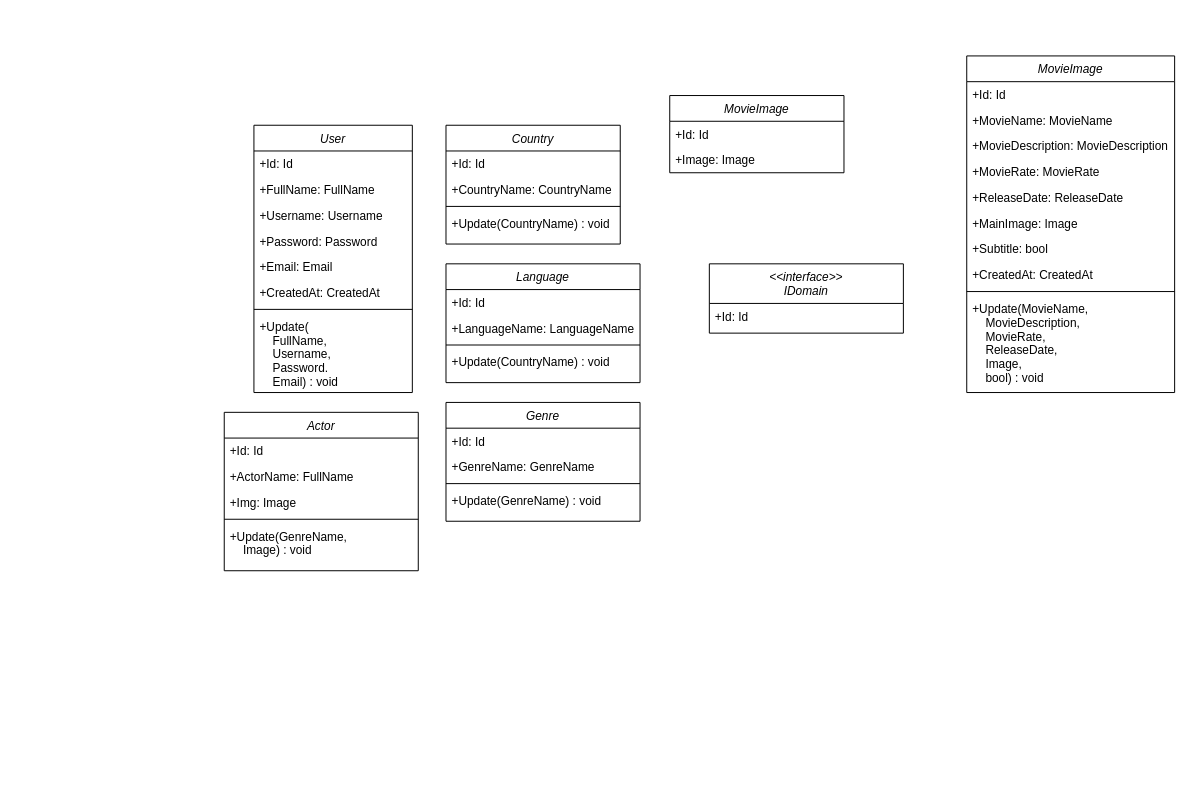
Earlier version of the draw.io diagram Diagrams/Domains.drawio (MahdiChoobin-81/CleanArchitecture_ASP). Source tidied: cells renumbered, new cells numbered last; positions are measured from the earlier drawing's top-left corner, leaving out a move shared by most shapes. Both pictures are drawn from the tidied source at 99%, with x=0, y=0 at pixel (224, 55).
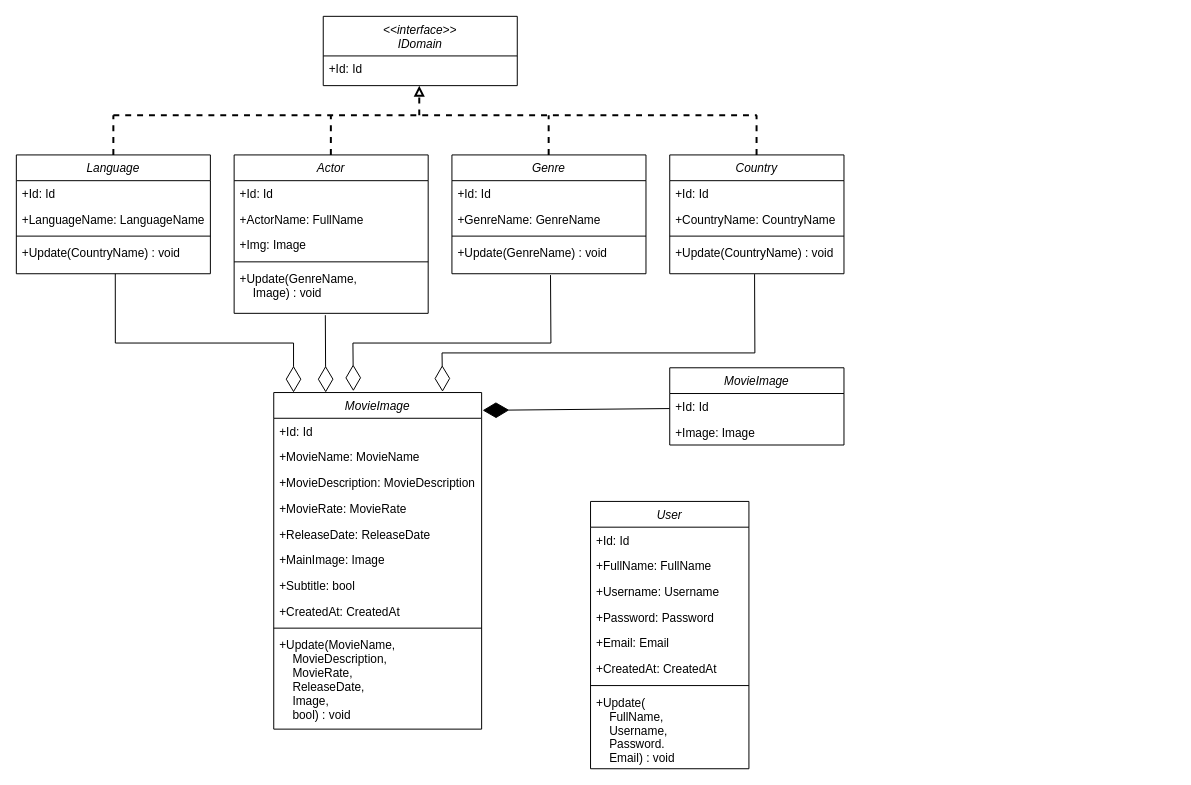
After the change.

The change refers to these unchanged cells:
```xml
<mxCell id="20" value="+Update(CountryName) : void" style="text;align=left;verticalAlign=top;spacingLeft=4;spacingRight=4;overflow=hidden;points=[[0,0.5],[1,0.5]];portConstraint=eastwest;" parent="16" vertex="1">
  <mxGeometry y="86" width="196" height="34" as="geometry" />
</mxCell>
<mxCell id="25" value="+Update(GenreName) : void" style="text;align=left;verticalAlign=top;spacingLeft=4;spacingRight=4;overflow=hidden;points=[[0,0.5],[1,0.5]];portConstraint=eastwest;" parent="21" vertex="1">
  <mxGeometry y="86" width="196" height="34" as="geometry" />
</mxCell>
<mxCell id="31" value="+Update(GenreName,&#10;    Image) : void" style="text;align=left;verticalAlign=top;spacingLeft=4;spacingRight=4;overflow=hidden;points=[[0,0.5],[1,0.5]];portConstraint=eastwest;" parent="26" vertex="1">
  <mxGeometry y="112" width="196" height="48" as="geometry" />
</mxCell>
<mxCell id="35" value="+Id: Id" style="text;align=left;verticalAlign=top;spacingLeft=4;spacingRight=4;overflow=hidden;points=[[0,0.5],[1,0.5]];portConstraint=eastwest;" parent="34" vertex="1">
  <mxGeometry y="26" width="176" height="26" as="geometry" />
</mxCell>
```

What changed in the source:
```diff
@@
     <mxCell id="2" value="User" style="swimlane;fontStyle=2;align=center;verticalAlign=top;horizontal=1;startSize=26;rounded=0;shadow=0;strokeWidth=1;" parent="1" vertex="1">
-      <mxGeometry x="30" y="70" width="160" height="270" as="geometry" />
+      <mxGeometry x="370" y="450" width="160" height="270" as="geometry" />
     </mxCell>
@@
     <mxCell id="11" value="Country" style="swimlane;fontStyle=2;align=center;verticalAlign=top;horizontal=1;startSize=26;rounded=0;shadow=0;strokeWidth=1;" parent="1" vertex="1">
-      <mxGeometry x="224" y="70" width="176" height="120" as="geometry" />
+      <mxGeometry x="450" y="100" width="176" height="120" as="geometry" />
     </mxCell>
@@
     <mxCell id="16" value="Language" style="swimlane;fontStyle=2;align=center;verticalAlign=top;horizontal=1;startSize=26;rounded=0;shadow=0;strokeWidth=1;" parent="1" vertex="1">
-      <mxGeometry x="224" y="210" width="196" height="120" as="geometry" />
+      <mxGeometry x="-210" y="100" width="196" height="120" as="geometry" />
     </mxCell>
@@
     <mxCell id="21" value="Genre" style="swimlane;fontStyle=2;align=center;verticalAlign=top;horizontal=1;startSize=26;rounded=0;shadow=0;strokeWidth=1;" parent="1" vertex="1">
-      <mxGeometry x="224" y="350" width="196" height="120" as="geometry" />
+      <mxGeometry x="230" y="100" width="196" height="120" as="geometry" />
     </mxCell>
@@
     <mxCell id="26" value="Actor" style="swimlane;fontStyle=2;align=center;verticalAlign=top;horizontal=1;startSize=26;rounded=0;shadow=0;strokeWidth=1;" parent="1" vertex="1">
-      <mxGeometry y="360" width="196" height="160" as="geometry" />
+      <mxGeometry x="10" y="100" width="196" height="160" as="geometry" />
     </mxCell>
@@
     <mxCell id="32" value="&lt;&lt;interface&gt;&gt;&#10;IDomain" style="swimlane;fontStyle=2;align=center;verticalAlign=top;horizontal=1;startSize=40;rounded=0;shadow=0;strokeWidth=1;" parent="1" vertex="1">
-      <mxGeometry x="490" y="210" width="196" height="70" as="geometry" />
+      <mxGeometry x="100" y="-40" width="196" height="70" as="geometry" />
     </mxCell>
@@
     <mxCell id="34" value="MovieImage" style="swimlane;fontStyle=2;align=center;verticalAlign=top;horizontal=1;startSize=26;rounded=0;shadow=0;strokeWidth=1;" parent="1" vertex="1">
-      <mxGeometry x="450" y="40" width="176" height="78" as="geometry" />
+      <mxGeometry x="450" y="315" width="176" height="78" as="geometry" />
     </mxCell>
@@
     <mxCell id="37" value="MovieImage" style="swimlane;fontStyle=2;align=center;verticalAlign=top;horizontal=1;startSize=26;rounded=0;shadow=0;strokeWidth=1;" parent="1" vertex="1">
-      <mxGeometry x="750" width="210" height="340" as="geometry" />
+      <mxGeometry x="50" y="340" width="210" height="340" as="geometry" />
     </mxCell>
@@
+    <mxCell id="48" style="endArrow=none;html=1;rounded=0;exitX=0.5;exitY=0;exitDx=0;exitDy=0;strokeWidth=2;dashed=1;" parent="1" edge="1" source="16">
+      <mxGeometry relative="1" as="geometry">
+        <mxPoint x="-112" y="60" as="targetPoint" />
+      </mxGeometry>
+    </mxCell>
+    <mxCell id="49" style="endArrow=none;html=1;rounded=0;exitX=0.5;exitY=0;exitDx=0;exitDy=0;strokeWidth=2;dashed=1;" parent="1" edge="1">
+      <mxGeometry relative="1" as="geometry">
+        <mxPoint x="107.7" y="100" as="sourcePoint" />
+        <mxPoint x="107.7" y="60" as="targetPoint" />
+      </mxGeometry>
+    </mxCell>
+    <mxCell id="50" style="endArrow=none;html=1;rounded=0;exitX=0.5;exitY=0;exitDx=0;exitDy=0;strokeWidth=2;dashed=1;" parent="1" edge="1">
+      <mxGeometry relative="1" as="geometry">
+        <mxPoint x="327.7" y="100" as="sourcePoint" />
+        <mxPoint x="327.7" y="60" as="targetPoint" />
+      </mxGeometry>
+    </mxCell>
+    <mxCell id="51" style="endArrow=none;html=1;rounded=0;exitX=0.5;exitY=0;exitDx=0;exitDy=0;strokeWidth=2;dashed=1;" parent="1" edge="1">
+      <mxGeometry relative="1" as="geometry">
+        <mxPoint x="537.7" y="100" as="sourcePoint" />
+        <mxPoint x="537.7" y="60" as="targetPoint" />
+      </mxGeometry>
+    </mxCell>
+    <mxCell id="52" style="endArrow=none;html=1;rounded=0;strokeWidth=2;dashed=1;" parent="1" edge="1">
+      <mxGeometry relative="1" as="geometry">
+        <mxPoint x="-112" y="60" as="sourcePoint" />
+        <mxPoint x="538" y="60" as="targetPoint" />
+      </mxGeometry>
+    </mxCell>
+    <mxCell id="53" style="endArrow=block;html=1;rounded=0;endFill=0;strokeWidth=2;dashed=1;" parent="1" edge="1">
+      <mxGeometry relative="1" as="geometry">
+        <mxPoint x="197" y="60" as="sourcePoint" />
+        <mxPoint x="197" y="30" as="targetPoint" />
+      </mxGeometry>
+    </mxCell>
+    <mxCell id="54" style="endArrow=diamondThin;endFill=1;endSize=24;html=1;rounded=0;exitX=-0.001;exitY=0.584;exitDx=0;exitDy=0;exitPerimeter=0;" parent="1" edge="1" source="35">
+      <mxGeometry relative="1" as="geometry">
+        <mxPoint x="261" y="358" as="targetPoint" />
+      </mxGeometry>
+    </mxCell>
+    <mxCell id="55" style="endArrow=none;html=1;rounded=0;entryX=0.51;entryY=1;entryDx=0;entryDy=0;entryPerimeter=0;" parent="1" edge="1" target="20">
+      <mxGeometry relative="1" as="geometry">
+        <mxPoint x="-110" y="290" as="sourcePoint" />
+      </mxGeometry>
+    </mxCell>
+    <mxCell id="56" style="endArrow=diamondThin;endFill=0;endSize=24;html=1;rounded=0;exitX=0.47;exitY=1.039;exitDx=0;exitDy=0;exitPerimeter=0;entryX=0.25;entryY=0;entryDx=0;entryDy=0;" parent="1" edge="1" source="31" target="37">
+      <mxGeometry relative="1" as="geometry" />
+    </mxCell>
+    <mxCell id="57" style="endArrow=none;html=1;rounded=0;" parent="1" edge="1">
+      <mxGeometry relative="1" as="geometry">
+        <mxPoint x="-110" y="290" as="sourcePoint" />
+        <mxPoint x="70" y="290" as="targetPoint" />
+      </mxGeometry>
+    </mxCell>
+    <mxCell id="58" style="endArrow=diamondThin;endFill=0;endSize=24;html=1;rounded=0;" parent="1" edge="1">
+      <mxGeometry relative="1" as="geometry">
+        <mxPoint x="70" y="290" as="sourcePoint" />
+        <mxPoint x="70" y="340" as="targetPoint" />
+      </mxGeometry>
+    </mxCell>
+    <mxCell id="59" style="endArrow=none;html=1;rounded=0;entryX=0.508;entryY=1.04;entryDx=0;entryDy=0;entryPerimeter=0;" parent="1" edge="1" target="25">
+      <mxGeometry relative="1" as="geometry">
+        <mxPoint x="330" y="290" as="sourcePoint" />
+      </mxGeometry>
+    </mxCell>
+    <mxCell id="60" style="endArrow=none;html=1;rounded=0;" parent="1" edge="1">
+      <mxGeometry relative="1" as="geometry">
+        <mxPoint x="130" y="290" as="sourcePoint" />
+        <mxPoint x="330" y="290" as="targetPoint" />
+      </mxGeometry>
+    </mxCell>
+    <mxCell id="61" style="endArrow=none;html=1;rounded=0;entryX=0.487;entryY=1.071;entryDx=0;entryDy=0;entryPerimeter=0;" parent="1" edge="1">
+      <mxGeometry relative="1" as="geometry">
+        <mxPoint x="536" y="300" as="sourcePoint" />
+        <mxPoint x="535.7" y="220.4" as="targetPoint" />
+      </mxGeometry>
+    </mxCell>
+    <mxCell id="62" style="endArrow=none;html=1;rounded=0;" parent="1" edge="1">
+      <mxGeometry relative="1" as="geometry">
+        <mxPoint x="220" y="300" as="sourcePoint" />
+        <mxPoint x="536" y="300" as="targetPoint" />
+      </mxGeometry>
+    </mxCell>
+    <mxCell id="63" style="endArrow=diamondThin;endFill=0;endSize=24;html=1;rounded=0;entryX=0.383;entryY=-0.004;entryDx=0;entryDy=0;entryPerimeter=0;" parent="1" edge="1" target="37">
+      <mxGeometry relative="1" as="geometry">
+        <mxPoint x="130" y="290" as="sourcePoint" />
+      </mxGeometry>
+    </mxCell>
+    <mxCell id="64" style="endArrow=diamondThin;endFill=0;endSize=24;html=1;rounded=0;entryX=0.812;entryY=-0.002;entryDx=0;entryDy=0;entryPerimeter=0;" parent="1" edge="1" target="37">
+      <mxGeometry relative="1" as="geometry">
+        <mxPoint x="220" y="300" as="sourcePoint" />
+      </mxGeometry>
+    </mxCell>
```
